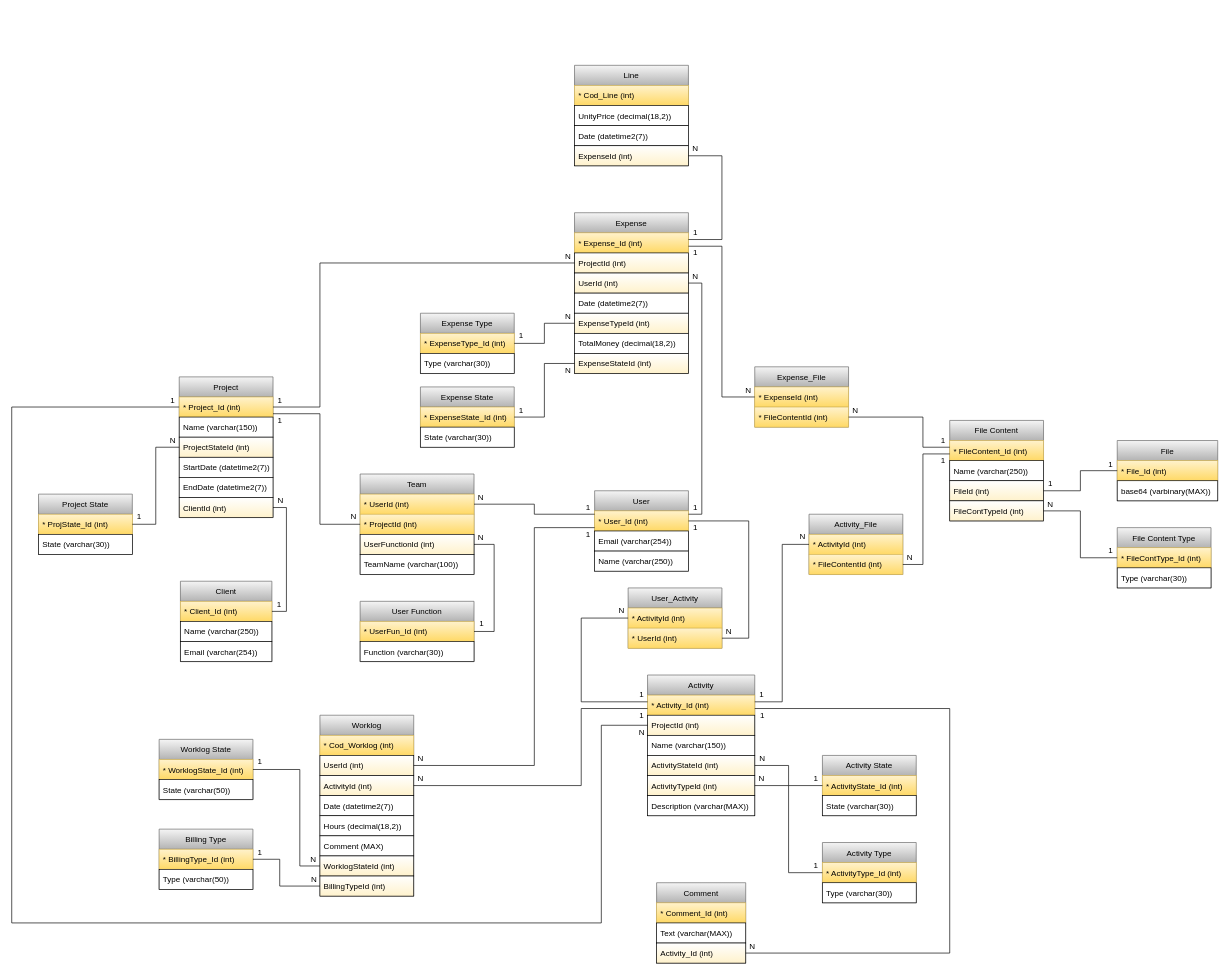
rjcasaca/inete2022 keeps this draw.io diagram as Relatório/Timesheet DB.drawio. Above is the earlier version. Source tidied: cells renumbered, new cells numbered last; positions are measured from the earlier drawing's top-left corner, leaving out a move shared by most shapes. Both pictures are drawn from the tidied source at 67%, with x=0, y=0 at pixel (11, 65).
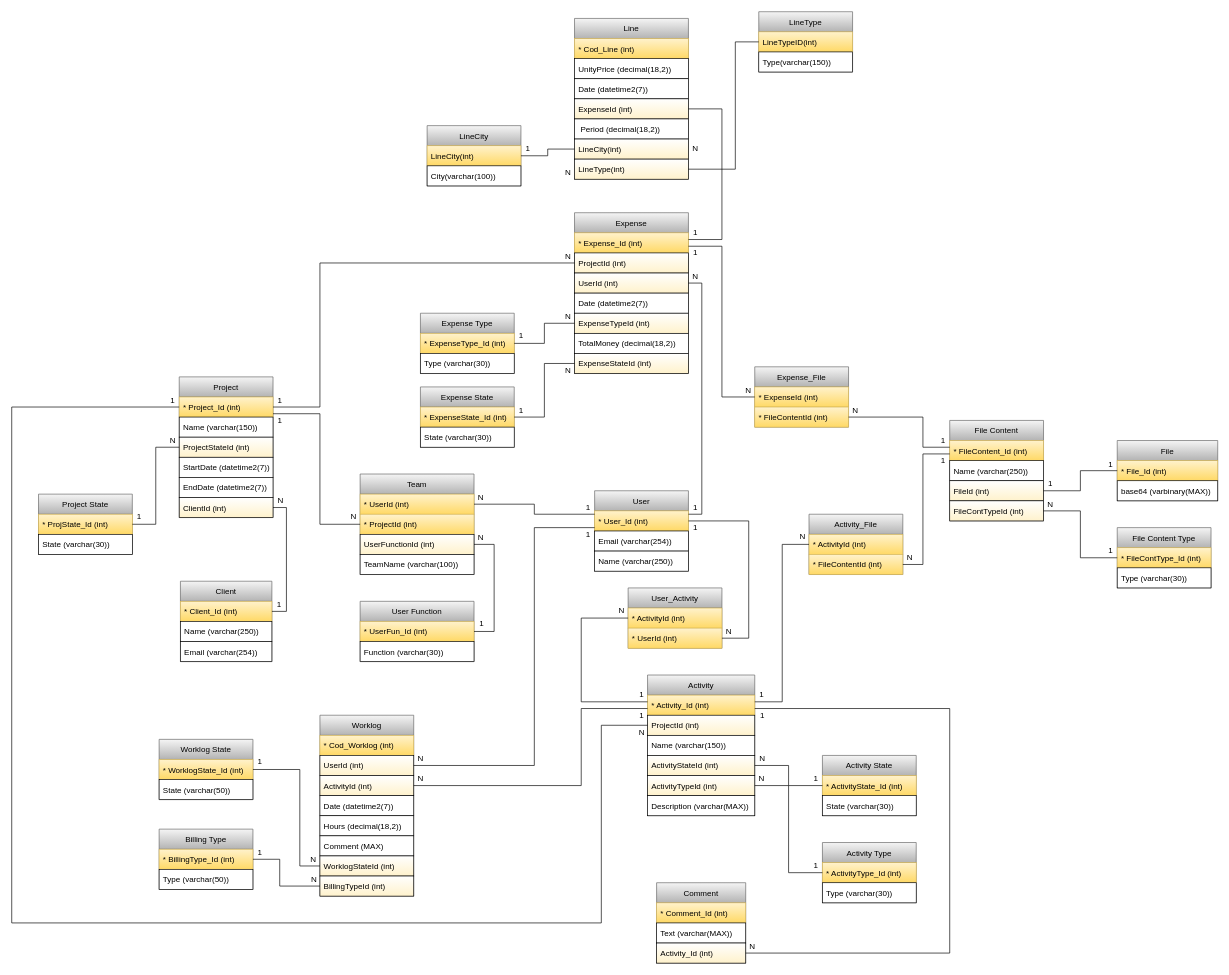
The same page after the edit.

Unchanged cells that the change refers to:
```xml
<mxCell id="40" value="* Expense_Id (int)" style="text;strokeColor=#d6b656;fillColor=#fff2cc;align=left;verticalAlign=middle;spacingLeft=4;spacingRight=4;overflow=hidden;points=[[0,0.5],[1,0.5]];portConstraint=eastwest;gradientColor=#ffd966;" parent="39" vertex="1">
  <mxGeometry y="30" width="170" height="30" as="geometry" />
</mxCell>
<mxCell id="60" value="ExpenseId (int)" style="text;align=left;verticalAlign=middle;spacingLeft=4;spacingRight=4;overflow=hidden;points=[[0,0.5],[1,0.5]];portConstraint=eastwest;strokeColor=default;fillColor=default;gradientColor=#FFF2CC;" parent="56" vertex="1">
  <mxGeometry y="120" width="170" height="30" as="geometry" />
</mxCell>
```

Change to the diagram source:
```diff
@@
     <mxCell id="56" value="Line" style="swimlane;fontStyle=0;horizontal=1;startSize=30;strokeColor=#666666;fillColor=#f5f5f5;gradientColor=#b3b3b3;" parent="1" vertex="1">
-      <mxGeometry x="840" width="170" height="150" as="geometry" />
+      <mxGeometry x="840" y="-70" width="170" height="240" as="geometry" />
     </mxCell>
@@
+    <mxCell id="177" value=" Period (decimal(18,2))" style="text;align=left;verticalAlign=middle;spacingLeft=4;spacingRight=4;overflow=hidden;fillColor=default;strokeColor=default;" parent="56" vertex="1">
+      <mxGeometry y="150" width="170" height="30" as="geometry" />
+    </mxCell>
+    <mxCell id="178" value="LineCity(int)" style="text;align=left;verticalAlign=middle;spacingLeft=4;spacingRight=4;overflow=hidden;points=[[0,0.5],[1,0.5]];portConstraint=eastwest;strokeColor=default;fillColor=default;gradientColor=#FFF2CC;" parent="56" vertex="1">
+      <mxGeometry y="180" width="170" height="30" as="geometry" />
+    </mxCell>
+    <mxCell id="179" value="LineType(int)" style="text;align=left;verticalAlign=middle;spacingLeft=4;spacingRight=4;overflow=hidden;points=[[0,0.5],[1,0.5]];portConstraint=eastwest;strokeColor=default;fillColor=default;gradientColor=#FFF2CC;" parent="56" vertex="1">
+      <mxGeometry y="210" width="170" height="30" as="geometry" />
+    </mxCell>
@@
     <mxCell id="95" style="edgeStyle=orthogonalEdgeStyle;rounded=0;jettySize=auto;html=1;endArrow=none;endFill=0;" parent="1" edge="1" source="40" target="60">
       <mxGeometry relative="1" as="geometry">
         <Array as="points">
           <mxPoint x="1060" y="260" />
-          <mxPoint x="1060" y="135" />
+          <mxPoint x="1060" y="65" />
         </Array>
       </mxGeometry>
     </mxCell>
@@
+    <mxCell id="180" value="LineCity" style="swimlane;fontStyle=0;horizontal=1;startSize=30;strokeColor=#666666;fillColor=#f5f5f5;gradientColor=#b3b3b3;" parent="1" vertex="1">
+      <mxGeometry x="620" y="90" width="140" height="90" as="geometry" />
+    </mxCell>
+    <mxCell id="181" value="LineCity(int)" style="text;strokeColor=#d6b656;fillColor=#fff2cc;align=left;verticalAlign=middle;spacingLeft=4;spacingRight=4;overflow=hidden;points=[[0,0.5],[1,0.5]];portConstraint=eastwest;gradientColor=#ffd966;" parent="180" vertex="1">
+      <mxGeometry y="30" width="140" height="30" as="geometry" />
+    </mxCell>
+    <mxCell id="182" value="City(varchar(100))" style="text;strokeColor=default;fillColor=default;align=left;verticalAlign=middle;spacingLeft=4;spacingRight=4;overflow=hidden;" parent="180" vertex="1">
+      <mxGeometry y="60" width="140" height="30" as="geometry" />
+    </mxCell>
+    <mxCell id="183" style="edgeStyle=orthogonalEdgeStyle;rounded=0;jettySize=auto;html=1;entryX=0;entryY=0.5;entryDx=0;entryDy=0;endArrow=none;endFill=0;" parent="1" edge="1" source="181" target="178">
+      <mxGeometry relative="1" as="geometry" />
+    </mxCell>
+    <mxCell id="184" value="N" style="text;html=1;align=center;verticalAlign=middle;strokeColor=none;fillColor=none;" parent="1" vertex="1">
+      <mxGeometry x="820" y="150" width="20" height="20" as="geometry" />
+    </mxCell>
+    <mxCell id="185" value="1" style="text;html=1;align=center;verticalAlign=middle;strokeColor=none;fillColor=none;" parent="1" vertex="1">
+      <mxGeometry x="760" y="115" width="20" height="20" as="geometry" />
+    </mxCell>
+    <mxCell id="186" value="LineType" style="swimlane;fontStyle=0;horizontal=1;startSize=30;strokeColor=#666666;fillColor=#f5f5f5;gradientColor=#b3b3b3;" parent="1" vertex="1">
+      <mxGeometry x="1115" y="-80" width="140" height="90" as="geometry" />
+    </mxCell>
+    <mxCell id="187" value="LineTypeID(int)" style="text;strokeColor=#d6b656;fillColor=#fff2cc;align=left;verticalAlign=middle;spacingLeft=4;spacingRight=4;overflow=hidden;points=[[0,0.5],[1,0.5]];portConstraint=eastwest;gradientColor=#ffd966;" parent="186" vertex="1">
+      <mxGeometry y="30" width="140" height="30" as="geometry" />
+    </mxCell>
+    <mxCell id="188" value="Type(varchar(150))" style="text;strokeColor=default;fillColor=default;align=left;verticalAlign=middle;spacingLeft=4;spacingRight=4;overflow=hidden;" parent="186" vertex="1">
+      <mxGeometry y="60" width="140" height="30" as="geometry" />
+    </mxCell>
+    <mxCell id="189" style="edgeStyle=orthogonalEdgeStyle;rounded=0;jettySize=auto;html=1;endArrow=none;endFill=0;" parent="1" edge="1" source="179" target="187">
+      <mxGeometry relative="1" as="geometry">
+        <Array as="points">
+          <mxPoint x="1080" y="155" />
+          <mxPoint x="1080" y="-35" />
+        </Array>
+      </mxGeometry>
+    </mxCell>
```
